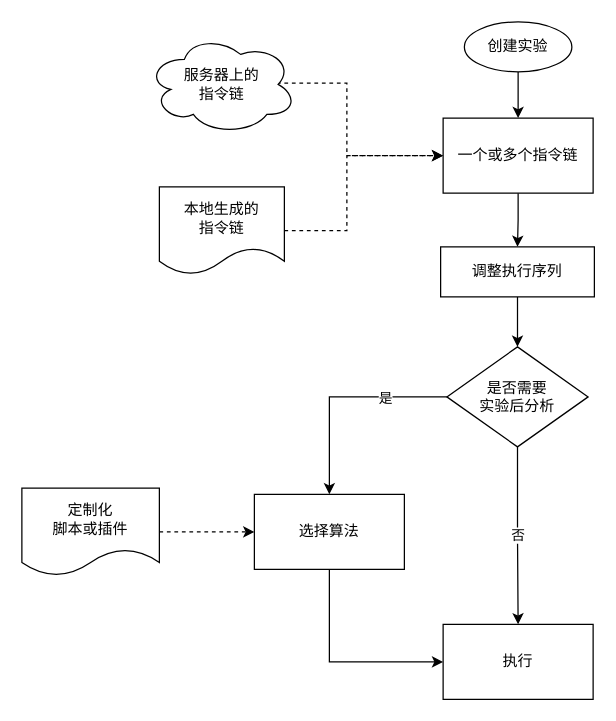
Before: Draw/ATS/Experiment.drawio in huangjia2107/DrawOnline, a draw.io diagram. Source tidied: cells renumbered, new cells numbered last; positions are measured from the earlier drawing's top-left corner, leaving out a move shared by most shapes. Both pictures are drawn from the tidied source at 125%, with x=0, y=0 at pixel (21, 21).
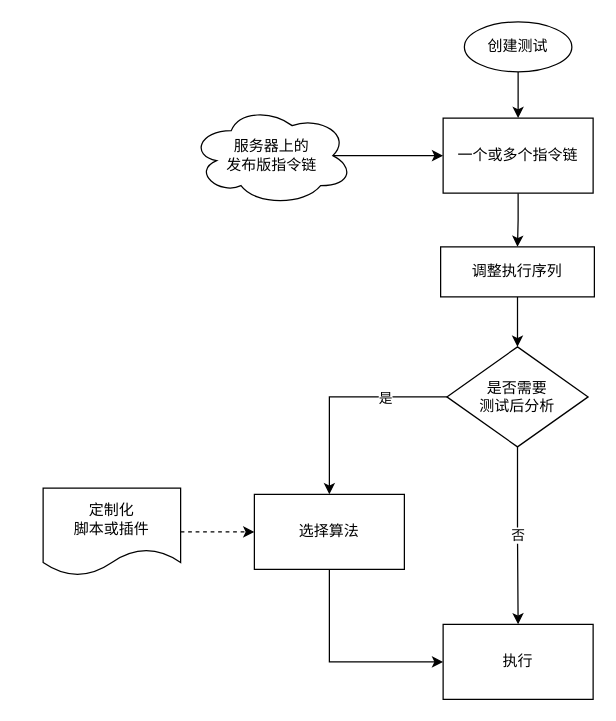
The same page after the edit.

The change refers to these unchanged cells:
```xml
<mxCell id="5" value="一个或多个指令链" style="whiteSpace=wrap;html=1;" parent="1" vertex="1">
  <mxGeometry x="337" y="77" width="120" height="60" as="geometry" />
</mxCell>
```

Change to the diagram source:
```diff
@@
-    <mxCell id="3" value="创建实验" style="ellipse;whiteSpace=wrap;html=1;" parent="1" vertex="1">
+    <mxCell id="3" value="创建测试" style="ellipse;whiteSpace=wrap;html=1;" parent="1" vertex="1">
       <mxGeometry x="354" width="86" height="40" as="geometry" />
     </mxCell>
@@
-    <mxCell id="11" value="是否需要&lt;br&gt;实验后分析" style="rhombus;whiteSpace=wrap;html=1;" parent="1" vertex="1">
+    <mxCell id="11" value="是否需要&lt;br&gt;测试后分析" style="rhombus;whiteSpace=wrap;html=1;" parent="1" vertex="1">
       <mxGeometry x="340" y="260" width="113" height="80" as="geometry" />
     </mxCell>
@@
     <mxCell id="16" value="&lt;span&gt;定制化&lt;/span&gt;&lt;br&gt;&lt;span&gt;脚本或插件&lt;/span&gt;" style="shape=document;whiteSpace=wrap;html=1;boundedLbl=1;" parent="1" vertex="1">
-      <mxGeometry y="373" width="110" height="70" as="geometry" />
+      <mxGeometry x="17" y="373" width="110" height="70" as="geometry" />
     </mxCell>
-    <mxCell id="17" style="edgeStyle=orthogonalEdgeStyle;rounded=0;jettySize=auto;html=1;exitX=0.875;exitY=0.5;exitDx=0;exitDy=0;exitPerimeter=0;entryX=0;entryY=0.5;entryDx=0;entryDy=0;dashed=1;" parent="1" edge="1" source="18" target="5">
-      <mxGeometry relative="1" as="geometry">
-        <Array as="points">
-          <mxPoint x="260" y="49" />
-          <mxPoint x="260" y="107" />
-        </Array>
-      </mxGeometry>
+    <mxCell id="17" style="edgeStyle=orthogonalEdgeStyle;rounded=0;jettySize=auto;html=1;exitX=0.875;exitY=0.5;exitDx=0;exitDy=0;exitPerimeter=0;entryX=0;entryY=0.5;entryDx=0;entryDy=0;" parent="1" edge="1" source="18" target="5">
+      <mxGeometry relative="1" as="geometry" />
     </mxCell>
-    <mxCell id="18" value="服务器上的&lt;br&gt;指令链" style="ellipse;shape=cloud;whiteSpace=wrap;html=1;" parent="1" vertex="1">
-      <mxGeometry x="100" y="10" width="120" height="80" as="geometry" />
+    <mxCell id="18" value="服务器上的&lt;br&gt;发布版指令链" style="ellipse;shape=cloud;whiteSpace=wrap;html=1;" parent="1" vertex="1">
+      <mxGeometry x="135" y="67" width="130" height="80" as="geometry" />
     </mxCell>
-    <mxCell id="19" style="edgeStyle=orthogonalEdgeStyle;rounded=0;jettySize=auto;html=1;entryX=0;entryY=0.5;entryDx=0;entryDy=0;dashed=1;" parent="1" edge="1" source="20" target="5">
-      <mxGeometry relative="1" as="geometry">
-        <Array as="points">
-          <mxPoint x="260" y="167" />
-          <mxPoint x="260" y="107" />
-        </Array>
-      </mxGeometry>
-    </mxCell>
-    <mxCell id="20" value="本地生成的&lt;br&gt;指令链" style="shape=document;whiteSpace=wrap;html=1;boundedLbl=1;" parent="1" vertex="1">
-      <mxGeometry x="110" y="132" width="100" height="70" as="geometry" />
-    </mxCell>
```
